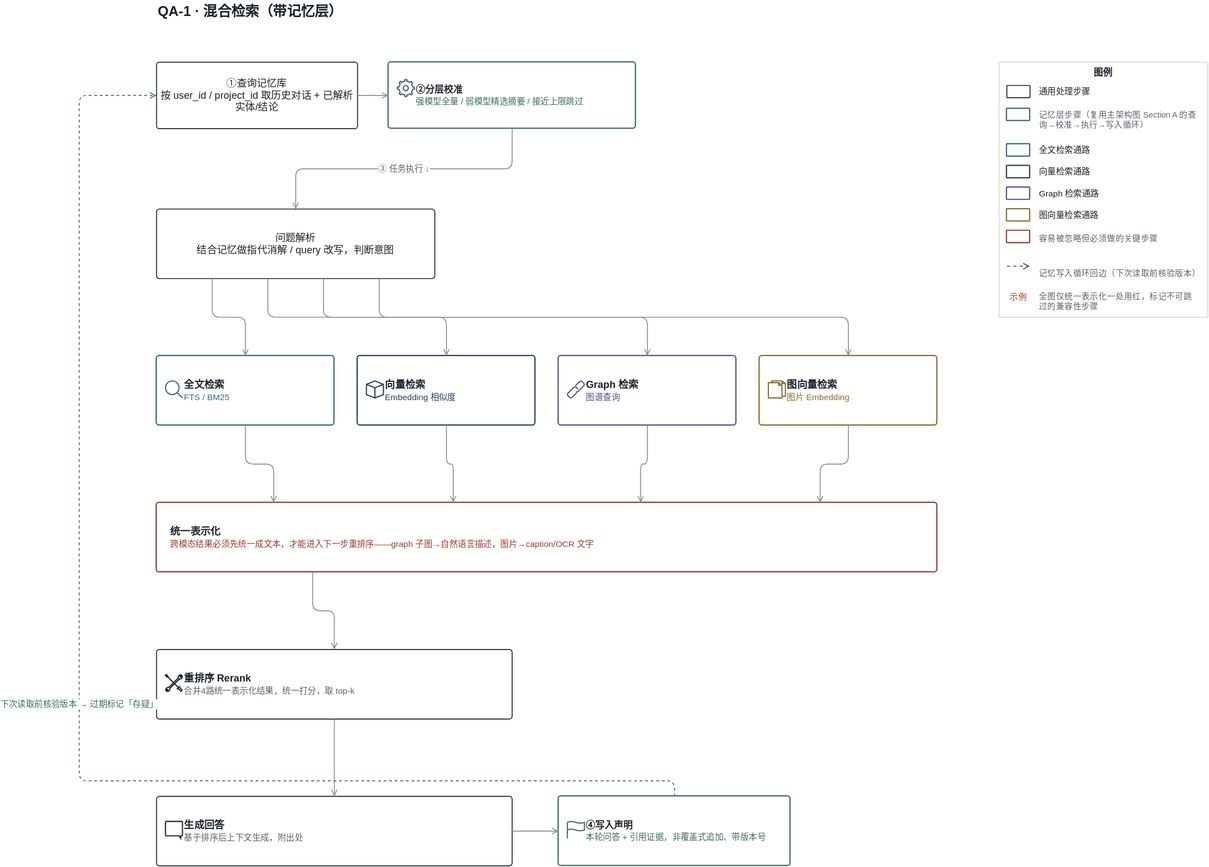
Earlier version of the draw.io export docs/public/diagrams/qa-01-hybrid-retrieval.svg (tiand23/AICompass). Source tidied: cells renumbered, new cells last; positions are measured from the earlier drawing's top-left corner, leaving out a move shared by most shapes.
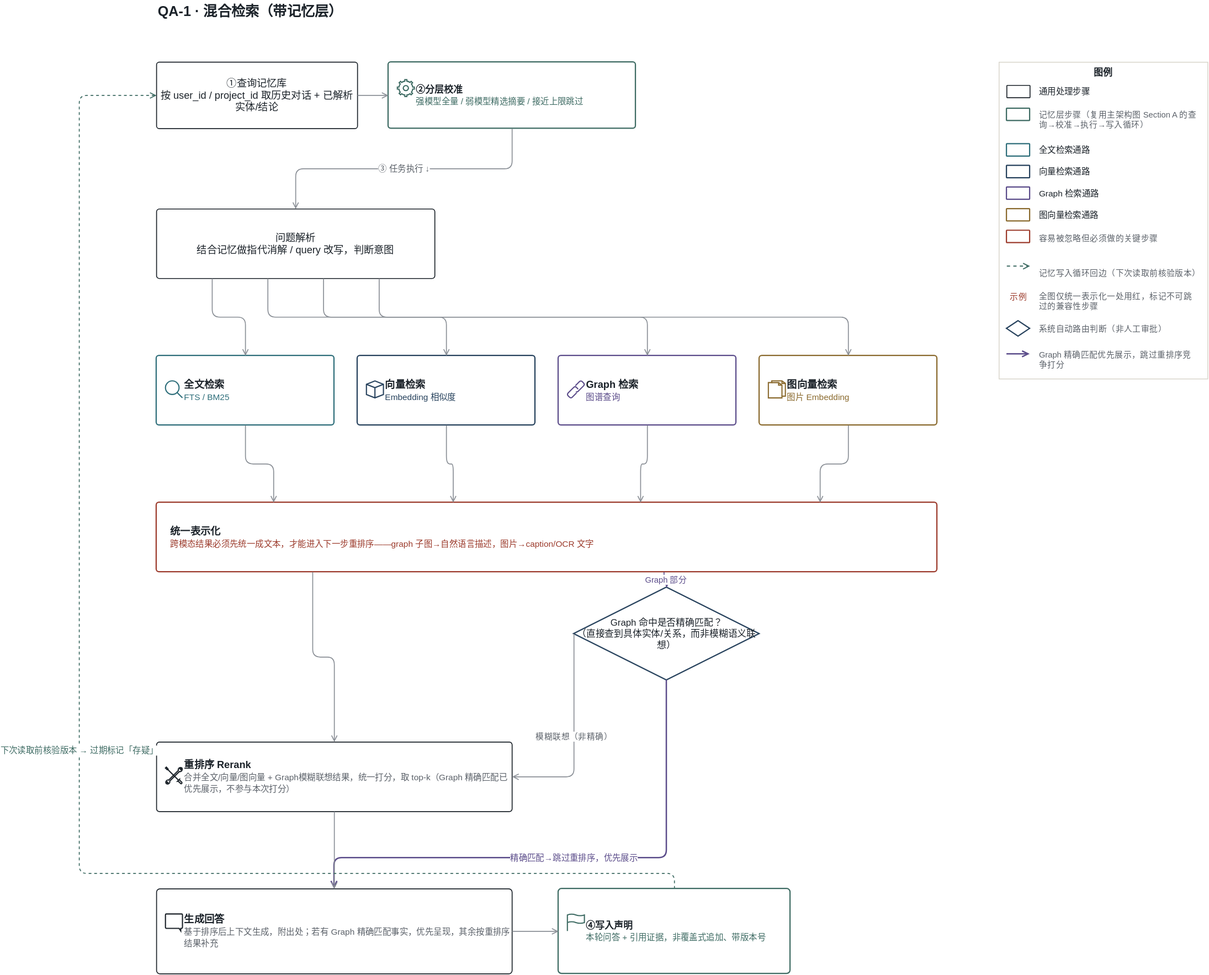
The same diagram one commit later.

The edit, as a diff of the source:
```diff
@@ -74,29 +74,50 @@
     <mxCell id="25" style="edgeStyle=orthogonalEdgeStyle;rounded=1;html=1;jettySize=auto;strokeWidth=1.2;strokeColor=#8A8F96;endArrow=open;endFill=0;exitX=0.5;exitY=1;entryX=0.85;entryY=0;" parent="1" edge="1" source="15" target="21">
       <mxGeometry relative="1" as="geometry" />
     </mxCell>
-    <mxCell id="26" value="&lt;b&gt;重排序 Rerank&lt;/b&gt;&lt;br&gt;&lt;font color=#5B6169 style=&quot;font-size:11px&quot;&gt;合并4路统一表示化结果，统一打分，取 top-k&lt;/font&gt;" style="rounded=1;arcSize=4;whiteSpace=wrap;html=1;fillColor=#FFFFFF;strokeColor=#1B2229;strokeWidth=1.2;align=left;verticalAlign=middle;spacingLeft=34;fontSize=13;fontColor=#1B2229;fontFamily=Helvetica;" parent="1" vertex="1">
-      <mxGeometry x="100" y="840" width="460" height="90" as="geometry" />
+    <mxCell id="26" value="&lt;b&gt;重排序 Rerank&lt;/b&gt;&lt;br&gt;&lt;font color=#5B6169 style=&quot;font-size:11px&quot;&gt;合并全文/向量/图向量 + Graph模糊联想结果，统一打分，取 top-k（Graph 精确匹配已优先展示，不参与本次打分）&lt;/font&gt;" style="rounded=1;arcSize=4;whiteSpace=wrap;html=1;fillColor=#FFFFFF;strokeColor=#1B2229;strokeWidth=1.2;align=left;verticalAlign=middle;spacingLeft=34;fontSize=13;fontColor=#1B2229;fontFamily=Helvetica;" parent="1" vertex="1">
+      <mxGeometry x="100" y="960" width="460" height="90" as="geometry" />
     </mxCell>
     <mxCell id="27" style="shape=mxgraph.ios7.icons.tools;html=1;strokeColor=#1B2229;fillColor=none;strokeWidth=1.5;" parent="1" vertex="1">
-      <mxGeometry x="112" y="873" width="22" height="22" as="geometry" />
+      <mxGeometry x="112" y="993" width="22" height="22" as="geometry" />
     </mxCell>
     <mxCell id="28" style="edgeStyle=orthogonalEdgeStyle;rounded=1;html=1;strokeWidth=1.2;strokeColor=#8A8F96;endArrow=open;endFill=0;exitX=0.2;exitY=1;entryX=0.5;entryY=0;" parent="1" edge="1" source="21" target="26">
       <mxGeometry relative="1" as="geometry" />
     </mxCell>
+    <mxCell id="55" value="Graph 命中是否精确匹配？&#10;（直接查到具体实体/关系，而非模糊语义联想）" style="rhombus;whiteSpace=wrap;html=1;fillColor=#FFFFFF;strokeColor=#26415C;strokeWidth=1.6;fontSize=12;fontColor=#1B2229;fontFamily=Helvetica;" parent="1" vertex="1">
+      <mxGeometry x="640" y="760" width="240" height="120" as="geometry" />
+    </mxCell>
+    <mxCell id="56" value="Graph 部分" style="edgeStyle=orthogonalEdgeStyle;rounded=1;html=1;strokeWidth=1.2;strokeColor=#5B4C8A;fontColor=#5B4C8A;endArrow=open;endFill=0;exitX=0.65;exitY=1;entryX=0.5;entryY=0;labelBackgroundColor=#FFFFFF;fontSize=10.5;" parent="1" edge="1" source="21" target="55">
+      <mxGeometry relative="1" as="geometry" />
+    </mxCell>
+    <mxCell id="57" value="模糊联想（非精确）" style="edgeStyle=orthogonalEdgeStyle;rounded=1;html=1;strokeWidth=1.2;strokeColor=#8A8F96;fontColor=#5B6169;endArrow=open;endFill=0;exitX=0;exitY=0.5;entryX=1;entryY=0.5;labelBackgroundColor=#FFFFFF;fontSize=10.5;" parent="1" edge="1" source="55" target="26">
+      <mxGeometry relative="1" as="geometry">
+        <Array as="points">
+          <mxPoint x="640" y="1005" />
+        </Array>
+      </mxGeometry>
+    </mxCell>
+    <mxCell id="58" value="精确匹配→跳过重排序，优先展示" style="edgeStyle=orthogonalEdgeStyle;rounded=1;html=1;strokeWidth=1.8;strokeColor=#5B4C8A;fontColor=#5B4C8A;endArrow=open;endFill=0;exitX=0.5;exitY=1;entryX=0.5;entryY=0;labelBackgroundColor=#FFFFFF;fontSize=11;" parent="1" edge="1" source="55" target="29">
+      <mxGeometry relative="1" as="geometry">
+        <Array as="points">
+          <mxPoint x="760" y="1110" />
+          <mxPoint x="330" y="1110" />
+        </Array>
+      </mxGeometry>
+    </mxCell>
-    <mxCell id="29" value="&lt;b&gt;生成回答&lt;/b&gt;&lt;br&gt;&lt;font color=#5B6169 style=&quot;font-size:11px&quot;&gt;基于排序后上下文生成，附出处&lt;/font&gt;" style="rounded=1;arcSize=4;whiteSpace=wrap;html=1;fillColor=#FFFFFF;strokeColor=#1B2229;strokeWidth=1.2;align=left;verticalAlign=middle;spacingLeft=34;fontSize=13;fontColor=#1B2229;fontFamily=Helvetica;" parent="1" vertex="1">
-      <mxGeometry x="100" y="1030" width="460" height="90" as="geometry" />
+    <mxCell id="29" value="&lt;b&gt;生成回答&lt;/b&gt;&lt;br&gt;&lt;font color=#5B6169 style=&quot;font-size:11px&quot;&gt;基于排序后上下文生成，附出处；若有 Graph 精确匹配事实，优先呈现，其余按重排序结果补充&lt;/font&gt;" style="rounded=1;arcSize=4;whiteSpace=wrap;html=1;fillColor=#FFFFFF;strokeColor=#1B2229;strokeWidth=1.2;align=left;verticalAlign=middle;spacingLeft=34;fontSize=13;fontColor=#1B2229;fontFamily=Helvetica;" parent="1" vertex="1">
+      <mxGeometry x="100" y="1150" width="460" height="110" as="geometry" />
     </mxCell>
     <mxCell id="30" style="shape=mxgraph.ios7.icons.message;html=1;strokeColor=#1B2229;fillColor=none;strokeWidth=1.5;" parent="1" vertex="1">
-      <mxGeometry x="112" y="1063" width="22" height="22" as="geometry" />
+      <mxGeometry x="112" y="1183" width="22" height="22" as="geometry" />
     </mxCell>
     <mxCell id="31" style="edgeStyle=orthogonalEdgeStyle;rounded=1;html=1;strokeWidth=1.2;strokeColor=#8A8F96;endArrow=open;endFill=0;exitX=0.5;exitY=1;entryX=0.5;entryY=0;" parent="1" edge="1" source="26" target="29">
       <mxGeometry relative="1" as="geometry" />
     </mxCell>
     <mxCell id="32" value="&lt;b&gt;④写入声明&lt;/b&gt;&lt;br&gt;&lt;font color=#3E6B63 style=&quot;font-size:11px&quot;&gt;本轮问答 + 引用证据，非覆盖式追加、带版本号&lt;/font&gt;" style="rounded=1;arcSize=4;whiteSpace=wrap;html=1;fillColor=#FFFFFF;strokeColor=#3E6B63;strokeWidth=1.6;align=left;verticalAlign=middle;spacingLeft=34;fontSize=12;fontColor=#1B2229;fontFamily=Helvetica;" parent="1" vertex="1">
-      <mxGeometry x="620" y="1030" width="300" height="90" as="geometry" />
+      <mxGeometry x="620" y="1150" width="300" height="110" as="geometry" />
     </mxCell>
     <mxCell id="33" style="shape=mxgraph.ios7.icons.flag;html=1;strokeColor=#3E6B63;fillColor=none;strokeWidth=1.5;" parent="1" vertex="1">
-      <mxGeometry x="632" y="1063" width="22" height="22" as="geometry" />
+      <mxGeometry x="632" y="1183" width="22" height="22" as="geometry" />
     </mxCell>
     <mxCell id="34" style="edgeStyle=orthogonalEdgeStyle;rounded=1;html=1;strokeWidth=1.2;strokeColor=#8A8F96;endArrow=open;endFill=0;exitX=1;exitY=0.5;entryX=0;entryY=0.5;" parent="1" edge="1" source="29" target="32">
       <mxGeometry relative="1" as="geometry" />
@@ -104,14 +125,14 @@
     <mxCell id="35" value="下次读取前核验版本 → 过期标记「存疑」" style="edgeStyle=orthogonalEdgeStyle;rounded=1;html=1;dashed=1;strokeWidth=1.2;strokeColor=#3E6B63;fontColor=#3E6B63;endArrow=open;endFill=0;exitX=0.5;exitY=0;entryX=0;entryY=0.5;labelBackgroundColor=#FFFFFF;fontSize=11;" parent="1" edge="1" source="32" target="3">
       <mxGeometry relative="1" as="geometry">
         <Array as="points">
-          <mxPoint x="770" y="1010" />
-          <mxPoint y="1010" />
+          <mxPoint x="770" y="1130" />
+          <mxPoint y="1130" />
           <mxPoint y="123" />
         </Array>
       </mxGeometry>
     </mxCell>
     <mxCell id="36" value="图例" style="rounded=0;whiteSpace=wrap;html=1;fillColor=none;strokeColor=#D6D3C8;verticalAlign=top;fontStyle=1;fontSize=12;fontColor=#1B2229;fontFamily=Helvetica;" parent="1" vertex="1">
-      <mxGeometry x="1190" y="80" width="270" height="330" as="geometry" />
+      <mxGeometry x="1190" y="80" width="270" height="410" as="geometry" />
     </mxCell>
     <mxCell id="37" style="rounded=1;arcSize=4;html=1;fillColor=#FFFFFF;strokeColor=#1B2229;strokeWidth=1.2;" parent="36" vertex="1">
       <mxGeometry x="10" y="30" width="30" height="16" as="geometry" />
@@ -170,5 +191,20 @@
     <mxCell id="54" value="全图仅统一表示化一处用红，标记不可跳过的兼容性步骤" style="text;html=1;whiteSpace=wrap;align=left;verticalAlign=middle;fontSize=10.5;fontColor=#5B6169;fontFamily=Helvetica;" parent="36" vertex="1">
       <mxGeometry x="50" y="292" width="210" height="34" as="geometry" />
     </mxCell>
+    <mxCell id="59" style="rhombus;html=1;fillColor=#FFFFFF;strokeColor=#26415C;strokeWidth=1.6;" parent="36" vertex="1">
+      <mxGeometry x="10" y="335" width="30" height="20" as="geometry" />
+    </mxCell>
+    <mxCell id="60" value="系统自动路由判断（非人工审批）" style="text;html=1;whiteSpace=wrap;align=left;verticalAlign=middle;fontSize=10.5;fontColor=#5B6169;fontFamily=Helvetica;" parent="36" vertex="1">
+      <mxGeometry x="50" y="330" width="210" height="30" as="geometry" />
+    </mxCell>
+    <mxCell id="61" style="html=1;endArrow=open;endFill=0;strokeWidth=1.8;strokeColor=#5B4C8A;" parent="36" edge="1">
+      <mxGeometry relative="1" as="geometry">
+        <mxPoint x="10" y="378" as="sourcePoint" />
+        <mxPoint x="40" y="378" as="targetPoint" />
+      </mxGeometry>
+    </mxCell>
+    <mxCell id="62" value="Graph 精确匹配优先展示，跳过重排序竞争打分" style="text;html=1;whiteSpace=wrap;align=left;verticalAlign=middle;fontSize=10.5;fontColor=#5B6169;fontFamily=Helvetica;" parent="36" vertex="1">
+      <mxGeometry x="50" y="368" width="210" height="34" as="geometry" />
+    </mxCell>
   </root>
 </mxGraphModel>
```
